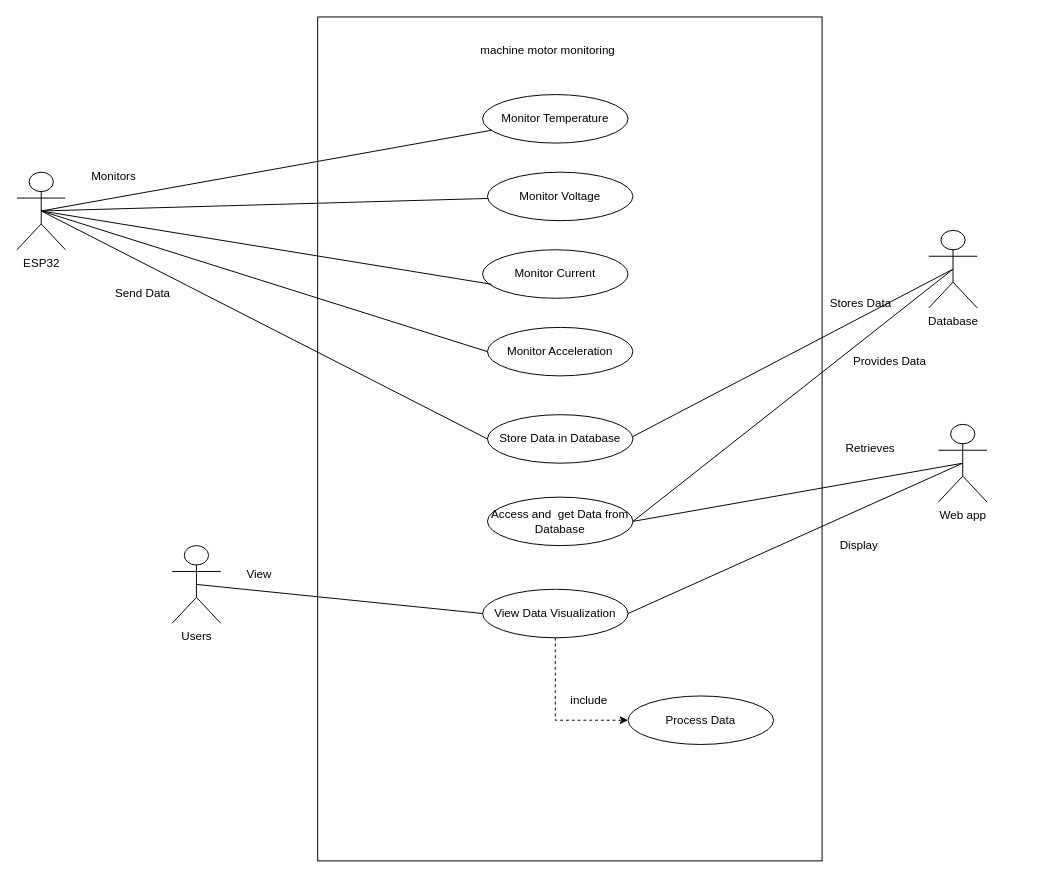
The draw.io diagram Untitled Diagram.drawio in art-th/Software-_project, before the edit. Source tidied: cells renumbered, new cells numbered last; positions are measured from the earlier drawing's top-left corner, leaving out a move shared by most shapes. Both pictures are drawn from the tidied source at 97%, with x=0, y=0 at pixel (16, 16).
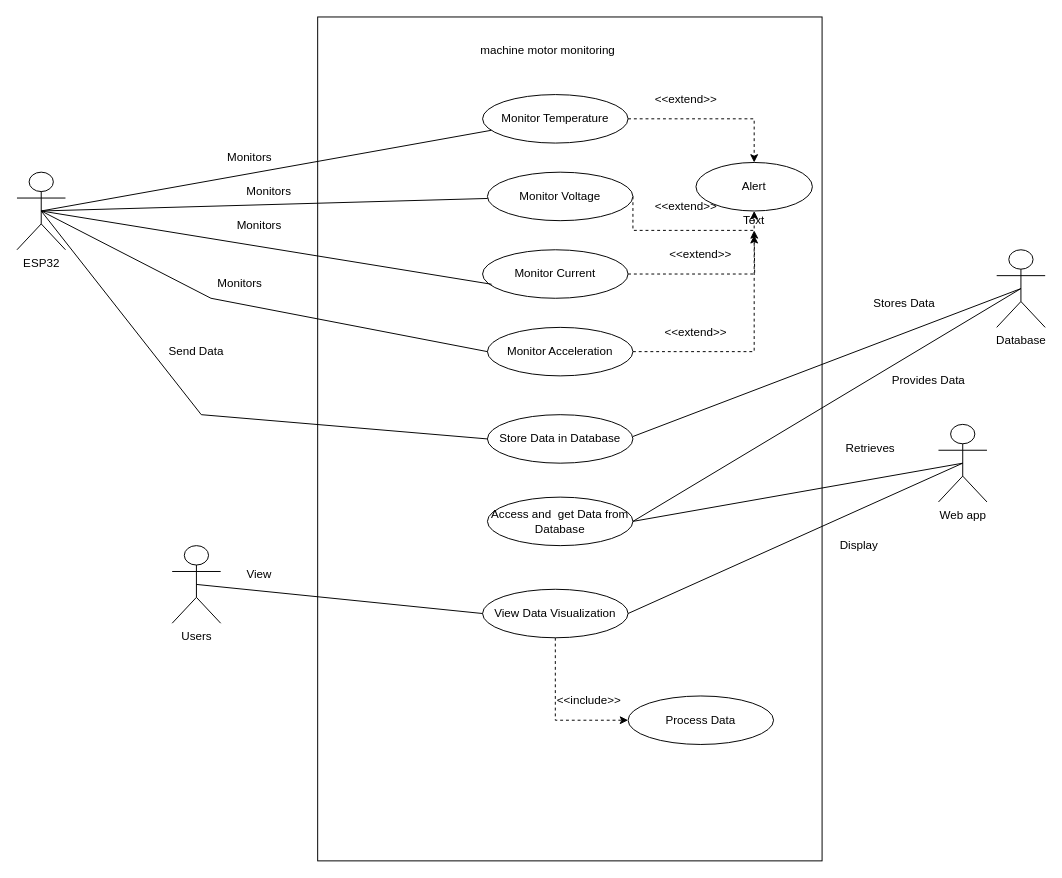
Above is the later version.

Commit message:
use case diagram for esp32 project version4

The change refers to these unchanged cells:
```xml
<mxCell id="2" value="ESP32" style="shape=umlActor;verticalLabelPosition=bottom;verticalAlign=top;html=1;outlineConnect=0;" parent="1" vertex="1">
  <mxGeometry y="160" width="50" height="80" as="geometry" />
</mxCell>
<mxCell id="9" value="Monitor Temperature" style="ellipse;whiteSpace=wrap;html=1;" parent="1" vertex="1">
  <mxGeometry x="480" y="80" width="150" height="50" as="geometry" />
</mxCell>
<mxCell id="10" value="Monitor Voltage" style="ellipse;whiteSpace=wrap;html=1;" parent="1" vertex="1">
  <mxGeometry x="485" y="160" width="150" height="50" as="geometry" />
</mxCell>
<mxCell id="11" value="Monitor Current" style="ellipse;whiteSpace=wrap;html=1;" parent="1" vertex="1">
  <mxGeometry x="480" y="240" width="150" height="50" as="geometry" />
</mxCell>
<mxCell id="12" value="Monitor Acceleration" style="ellipse;whiteSpace=wrap;html=1;" parent="1" vertex="1">
  <mxGeometry x="485" y="320" width="150" height="50" as="geometry" />
</mxCell>
<mxCell id="13" value="Store Data in Database" style="ellipse;whiteSpace=wrap;html=1;" parent="1" vertex="1">
  <mxGeometry x="485" y="410" width="150" height="50" as="geometry" />
</mxCell>
```

Diff of the diagram source:
```diff
@@
     <mxCell id="8" value="Database" style="shape=umlActor;verticalLabelPosition=bottom;verticalAlign=top;html=1;outlineConnect=0;" parent="1" vertex="1">
-      <mxGeometry x="940" y="220" width="50" height="80" as="geometry" />
+      <mxGeometry x="1010" y="240" width="50" height="80" as="geometry" />
     </mxCell>
+    <mxCell id="35" style="edgeStyle=orthogonalEdgeStyle;rounded=0;jettySize=auto;html=1;exitX=1;exitY=0.5;exitDx=0;exitDy=0;dashed=1;" parent="1" edge="1" source="9" target="39">
+      <mxGeometry relative="1" as="geometry" />
+    </mxCell>
@@
+    <mxCell id="36" style="edgeStyle=orthogonalEdgeStyle;rounded=0;jettySize=auto;html=1;exitX=1;exitY=0.5;exitDx=0;exitDy=0;entryX=0.5;entryY=1;entryDx=0;entryDy=0;dashed=1;" parent="1" edge="1" source="10" target="39">
+      <mxGeometry relative="1" as="geometry">
+        <Array as="points">
+          <mxPoint x="635" y="220" />
+          <mxPoint x="760" y="220" />
+        </Array>
+      </mxGeometry>
+    </mxCell>
@@
+    <mxCell id="37" style="edgeStyle=orthogonalEdgeStyle;rounded=0;jettySize=auto;html=1;dashed=1;" parent="1" edge="1" source="11">
+      <mxGeometry relative="1" as="geometry">
+        <mxPoint x="760" y="220" as="targetPoint" />
+      </mxGeometry>
+    </mxCell>
@@
+    <mxCell id="38" style="edgeStyle=orthogonalEdgeStyle;rounded=0;jettySize=auto;html=1;exitX=1;exitY=0.5;exitDx=0;exitDy=0;dashed=1;" parent="1" edge="1" source="12" target="40">
+      <mxGeometry relative="1" as="geometry" />
+    </mxCell>
@@
     <mxCell id="19" style="endArrow=none;html=1;rounded=0;entryX=0;entryY=0.5;entryDx=0;entryDy=0;exitX=0.5;exitY=0.5;exitDx=0;exitDy=0;exitPerimeter=0;" parent="1" edge="1" source="2" target="12">
-      <mxGeometry relative="1" as="geometry" />
+      <mxGeometry relative="1" as="geometry">
+        <Array as="points">
+          <mxPoint x="200" y="290" />
+        </Array>
+      </mxGeometry>
     </mxCell>
     <mxCell id="20" style="endArrow=none;html=1;rounded=0;entryX=0;entryY=0.5;entryDx=0;entryDy=0;exitX=0.5;exitY=0.5;exitDx=0;exitDy=0;exitPerimeter=0;" parent="1" edge="1" source="2" target="13">
-      <mxGeometry relative="1" as="geometry" />
+      <mxGeometry relative="1" as="geometry">
+        <Array as="points">
+          <mxPoint x="190" y="410" />
+        </Array>
+      </mxGeometry>
     </mxCell>
@@
-    <mxCell id="27" value="include" style="text;html=1;strokeColor=none;fillColor=none;align=center;verticalAlign=middle;whiteSpace=wrap;rounded=0;" parent="1" vertex="1">
+    <mxCell id="27" value="&amp;lt;&amp;lt;include&amp;gt;&amp;gt;" style="text;html=1;strokeColor=none;fillColor=none;align=center;verticalAlign=middle;whiteSpace=wrap;rounded=0;" parent="1" vertex="1">
       <mxGeometry x="560" y="690" width="60" height="30" as="geometry" />
     </mxCell>
     <mxCell id="28" value="Monitors" style="text;html=1;strokeColor=none;fillColor=none;align=center;verticalAlign=middle;whiteSpace=wrap;rounded=0;" parent="1" vertex="1">
-      <mxGeometry x="70" y="150" width="60" height="30" as="geometry" />
+      <mxGeometry x="210" y="130" width="60" height="30" as="geometry" />
     </mxCell>
     <mxCell id="29" value="Send Data" style="text;html=1;strokeColor=none;fillColor=none;align=center;verticalAlign=middle;whiteSpace=wrap;rounded=0;" parent="1" vertex="1">
-      <mxGeometry x="100" y="270" width="60" height="30" as="geometry" />
+      <mxGeometry x="155" y="330" width="60" height="30" as="geometry" />
     </mxCell>
@@
     <mxCell id="31" value="Stores Data" style="text;html=1;strokeColor=none;fillColor=none;align=center;verticalAlign=middle;whiteSpace=wrap;rounded=0;" parent="1" vertex="1">
-      <mxGeometry x="835" y="280" width="70" height="30" as="geometry" />
+      <mxGeometry x="880" y="280" width="70" height="30" as="geometry" />
     </mxCell>
@@
     <mxCell id="34" value="Provides Data" style="text;html=1;strokeColor=none;fillColor=none;align=center;verticalAlign=middle;whiteSpace=wrap;rounded=0;" parent="1" vertex="1">
-      <mxGeometry x="860" y="340" width="80" height="30" as="geometry" />
+      <mxGeometry x="900" y="360" width="80" height="30" as="geometry" />
     </mxCell>
+    <mxCell id="39" value="Alert" style="ellipse;whiteSpace=wrap;html=1;" parent="1" vertex="1">
+      <mxGeometry x="700" y="150" width="120" height="50" as="geometry" />
+    </mxCell>
+    <mxCell id="40" value="Text" style="text;html=1;strokeColor=none;fillColor=none;align=center;verticalAlign=middle;whiteSpace=wrap;rounded=0;" parent="1" vertex="1">
+      <mxGeometry x="730" y="195" width="60" height="30" as="geometry" />
+    </mxCell>
+    <mxCell id="41" value="&amp;lt;&amp;lt;extend&amp;gt;&amp;gt;" style="text;html=1;strokeColor=none;fillColor=none;align=center;verticalAlign=middle;whiteSpace=wrap;rounded=0;" parent="1" vertex="1">
+      <mxGeometry x="660" y="70" width="60" height="30" as="geometry" />
+    </mxCell>
+    <mxCell id="42" value="&amp;lt;&amp;lt;extend&amp;gt;&amp;gt;" style="text;html=1;strokeColor=none;fillColor=none;align=center;verticalAlign=middle;whiteSpace=wrap;rounded=0;" parent="1" vertex="1">
+      <mxGeometry x="660" y="180" width="60" height="30" as="geometry" />
+    </mxCell>
+    <mxCell id="43" value="&amp;lt;&amp;lt;extend&amp;gt;&amp;gt;" style="text;html=1;strokeColor=none;fillColor=none;align=center;verticalAlign=middle;whiteSpace=wrap;rounded=0;" parent="1" vertex="1">
+      <mxGeometry x="675" y="230" width="60" height="30" as="geometry" />
+    </mxCell>
+    <mxCell id="44" value="&amp;lt;&amp;lt;extend&amp;gt;&amp;gt;" style="text;html=1;strokeColor=none;fillColor=none;align=center;verticalAlign=middle;whiteSpace=wrap;rounded=0;" parent="1" vertex="1">
+      <mxGeometry x="670" y="310" width="60" height="30" as="geometry" />
+    </mxCell>
+    <mxCell id="45" value="Monitors" style="text;html=1;strokeColor=none;fillColor=none;align=center;verticalAlign=middle;whiteSpace=wrap;rounded=0;" parent="1" vertex="1">
+      <mxGeometry x="230" y="165" width="60" height="30" as="geometry" />
+    </mxCell>
+    <mxCell id="46" value="Monitors" style="text;html=1;strokeColor=none;fillColor=none;align=center;verticalAlign=middle;whiteSpace=wrap;rounded=0;" parent="1" vertex="1">
+      <mxGeometry x="220" y="200" width="60" height="30" as="geometry" />
+    </mxCell>
+    <mxCell id="47" value="Monitors" style="text;html=1;strokeColor=none;fillColor=none;align=center;verticalAlign=middle;whiteSpace=wrap;rounded=0;" parent="1" vertex="1">
+      <mxGeometry x="200" y="260" width="60" height="30" as="geometry" />
+    </mxCell>
```
